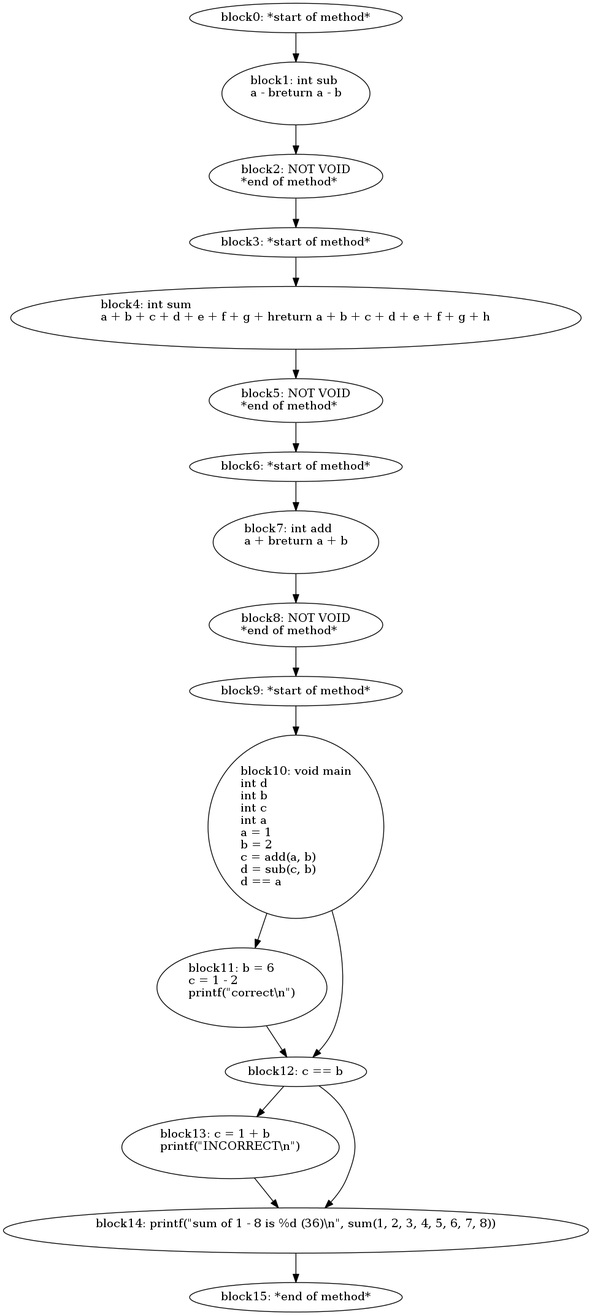
Above: foo.png in jimmyz42/CCompiler (Graphviz), before the change. Its source is kept beside it as foo.dot.
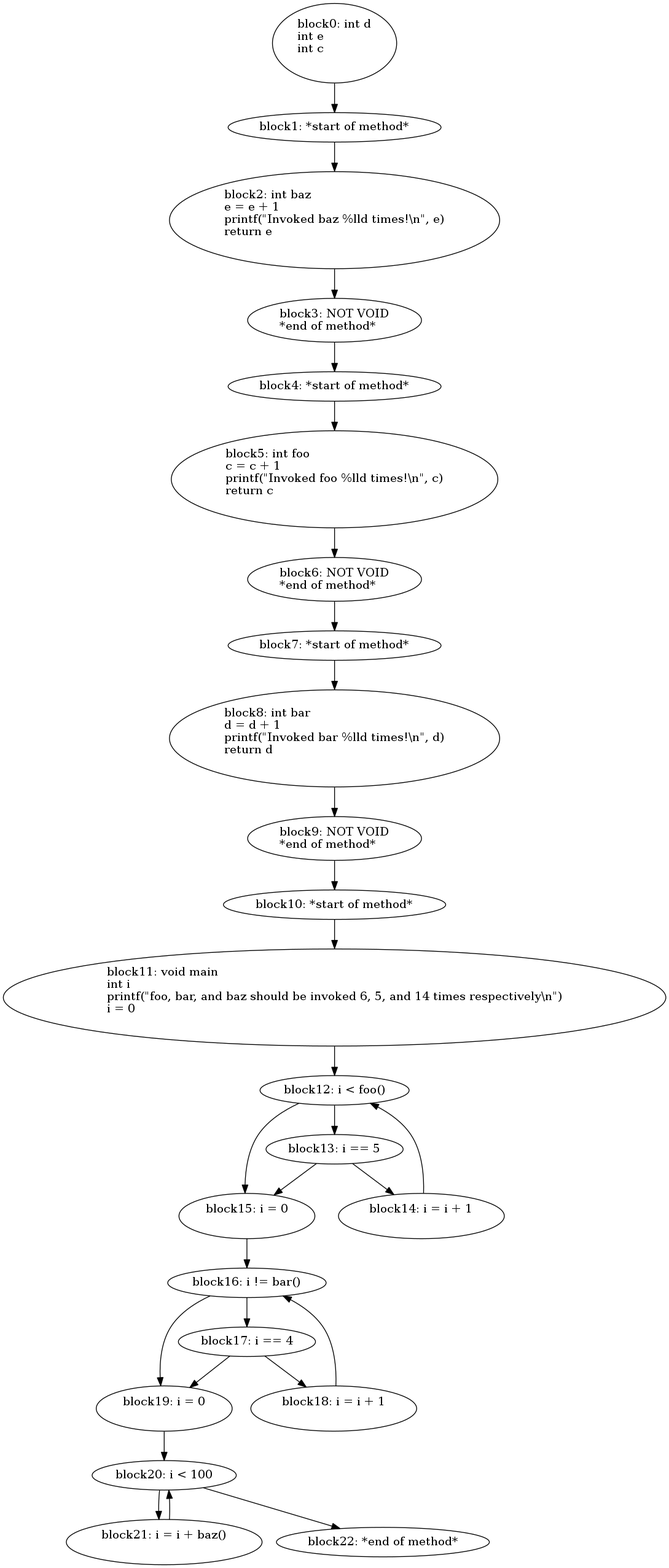
Later version of the same file.

The edit, as a diff of the source:
```diff
@@ -1,20 +1,27 @@
 digraph G {
-  block0 [ label="block0: *start\ of\ method*\l" ];
-  block1 [ label="block1: int\ sub\la\ -\ breturn\ a\ -\ b\l\l" ];
-  block2 [ label="block2: NOT\ VOID\l*end\ of\ method*\l" ];
-  block3 [ label="block3: *start\ of\ method*\l" ];
-  block4 [ label="block4: int\ sum\la\ +\ b\ +\ c\ +\ d\ +\ e\ +\ f\ +\ g\ +\ hreturn\ a\ +\ b\ +\ c\ +\ d\ +\ e\ +\ f\ +\ g\ +\ h\l\l" ];
-  block5 [ label="block5: NOT\ VOID\l*end\ of\ method*\l" ];
-  block6 [ label="block6: *start\ of\ method*\l" ];
-  block7 [ label="block7: int\ add\la\ +\ breturn\ a\ +\ b\l\l" ];
-  block8 [ label="block8: NOT\ VOID\l*end\ of\ method*\l" ];
-  block9 [ label="block9: *start\ of\ method*\l" ];
-  block10 [ label="block10: void\ main\lint\ d\lint\ b\lint\ c\lint\ a\la\ =\ 1\lb\ =\ 2\lc\ =\ add\(a\,\ b\)\ld\ =\ sub\(c\,\ b\)\ld\ ==\ a\l" ];
-  block11 [ label="block11: b\ =\ 6\lc\ =\ 1\ -\ 2\lprintf\(\"correct\\n\"\)\l\l" ];
-  block12 [ label="block12: c\ ==\ b\l" ];
-  block13 [ label="block13: c\ =\ 1\ +\ b\lprintf\(\"INCORRECT\\n\"\)\l\l" ];
-  block14 [ label="block14: printf\(\"sum\ of\ 1\ -\ 8\ is\ %d\ \(36\)\\n\"\,\ sum\(1\,\ 2\,\ 3\,\ 4\,\ 5\,\ 6\,\ 7\,\ 8\)\)\l\l" ];
-  block15 [ label="block15: *end\ of\ method*\l" ];
+  block0 [ label="block0: int\ d\lint\ e\lint\ c\l\l" ];
+  block1 [ label="block1: *start\ of\ method*\l" ];
+  block2 [ label="block2: int\ baz\le\ =\ e\ +\ 1\lprintf\(\"Invoked\ baz\ %lld\ times!\\n\"\,\ e\)\lreturn\ e\l\l" ];
+  block3 [ label="block3: NOT\ VOID\l*end\ of\ method*\l" ];
+  block4 [ label="block4: *start\ of\ method*\l" ];
+  block5 [ label="block5: int\ foo\lc\ =\ c\ +\ 1\lprintf\(\"Invoked\ foo\ %lld\ times!\\n\"\,\ c\)\lreturn\ c\l\l" ];
+  block6 [ label="block6: NOT\ VOID\l*end\ of\ method*\l" ];
+  block7 [ label="block7: *start\ of\ method*\l" ];
+  block8 [ label="block8: int\ bar\ld\ =\ d\ +\ 1\lprintf\(\"Invoked\ bar\ %lld\ times!\\n\"\,\ d\)\lreturn\ d\l\l" ];
+  block9 [ label="block9: NOT\ VOID\l*end\ of\ method*\l" ];
+  block10 [ label="block10: *start\ of\ method*\l" ];
+  block11 [ label="block11: void\ main\lint\ i\lprintf\(\"foo\,\ bar\,\ and\ baz\ should\ be\ invoked\ 6\,\ 5\,\ and\ 14\ times\ respectively\\n\"\)\li\ =\ 0\l\l" ];
+  block12 [ label="block12: i\ \<\ foo\(\)\l" ];
+  block13 [ label="block13: i\ ==\ 5\l" ];
+  block15 [ label="block15: i\ =\ 0\l\l" ];
+  block16 [ label="block16: i\ !=\ bar\(\)\l" ];
+  block17 [ label="block17: i\ ==\ 4\l" ];
+  block19 [ label="block19: i\ =\ 0\l\l" ];
+  block20 [ label="block20: i\ \<\ 100\l" ];
+  block21 [ label="block21: i\ =\ i\ +\ baz\(\)\l\l" ];
+  block22 [ label="block22: *end\ of\ method*\l" ];
+  block18 [ label="block18: i\ =\ i\ +\ 1\l\l" ];
+  block14 [ label="block14: i\ =\ i\ +\ 1\l\l" ];
   block0 -> block1;
   block1 -> block2;
   block2 -> block3;
@@ -28,8 +35,18 @@
   block10 -> block11;
   block11 -> block12;
   block12 -> block13;
+  block13 -> block15;
+  block15 -> block16;
+  block16 -> block17;
+  block17 -> block19;
+  block19 -> block20;
+  block20 -> block21;
+  block21 -> block20;
+  block20 -> block22;
+  block17 -> block18;
+  block18 -> block16;
+  block16 -> block19;
   block13 -> block14;
-  block14 -> block15;
-  block12 -> block14;
-  block10 -> block12;
+  block14 -> block12;
+  block12 -> block15;
 }
```
